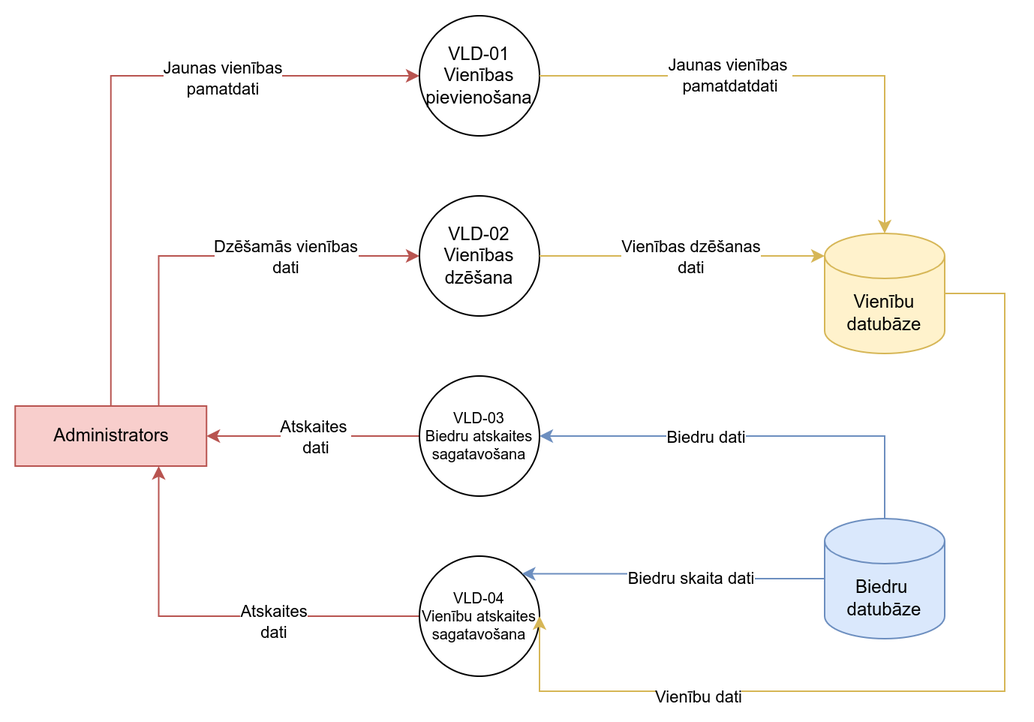
This is Documentation/2_limena_VLD_DPD.png from JekabsVanags/LSGCO_IS, a draw.io export, as it was before one commit. Source tidied: cells renumbered, new cells last; positions are measured from the earlier drawing's top-left corner, leaving out a move shared by most shapes.
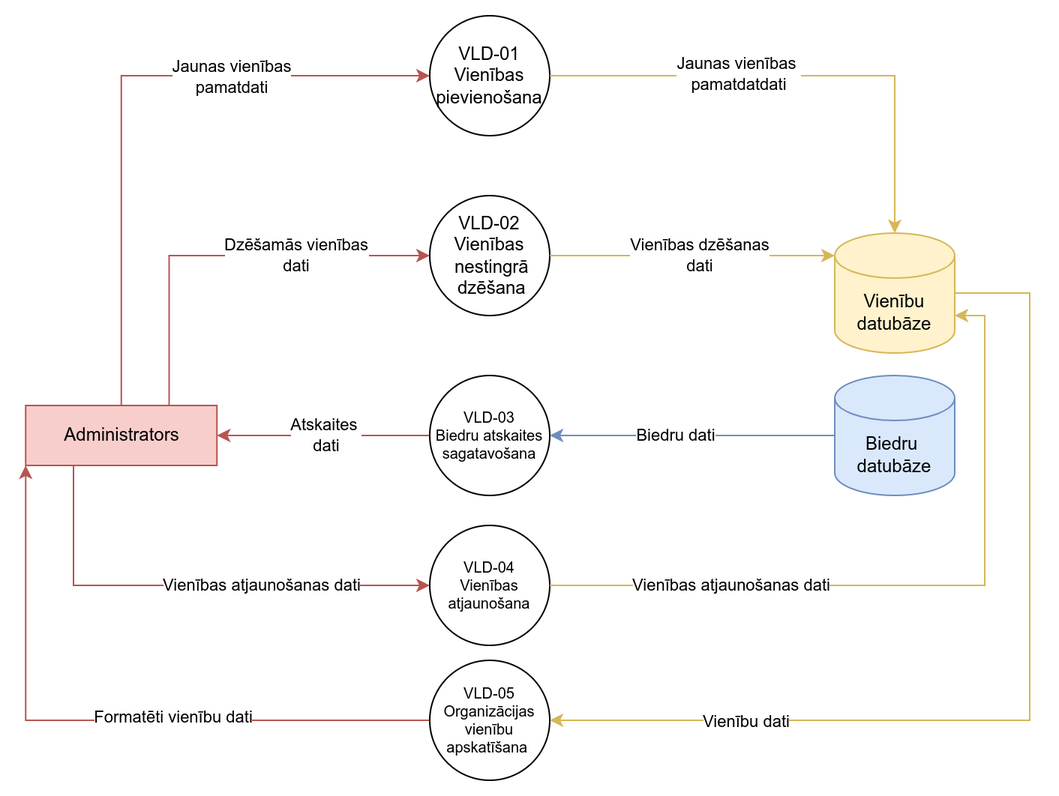
Above is the later version.

The edit, as a diff of the source:
```diff
@@ -16,13 +16,19 @@
         <mxPoint x="28" y="1" as="offset" />
       </mxGeometry>
     </mxCell>
+    <mxCell id="27" style="edgeStyle=orthogonalEdgeStyle;rounded=0;jettySize=auto;html=1;exitX=0.25;exitY=1;exitDx=0;exitDy=0;entryX=0;entryY=0.5;entryDx=0;entryDy=0;fillColor=#f8cecc;strokeColor=#b85450;" parent="1" edge="1" source="6" target="30">
+      <mxGeometry relative="1" as="geometry" />
+    </mxCell>
+    <mxCell id="28" value="Vienības atjaunošanas dati" style="edgeLabel;html=1;align=center;verticalAlign=middle;" parent="27" vertex="1">
+      <mxGeometry x="0.3" relative="1" as="geometry" />
+    </mxCell>
     <mxCell id="6" value="Administrators" style="rounded=0;whiteSpace=wrap;html=1;fillColor=#f8cecc;strokeColor=#b85450;fontColor=#000000;" parent="1" vertex="1">
       <mxGeometry x="-0.4" y="260" width="127.5" height="40" as="geometry" />
     </mxCell>
     <mxCell id="7" value="VLD-01&lt;br&gt;Vienības pievienošana" style="ellipse;whiteSpace=wrap;html=1;" parent="1" vertex="1">
       <mxGeometry x="269" width="80" height="80" as="geometry" />
     </mxCell>
-    <mxCell id="8" value="VLD-02&lt;br&gt;Vienības dzēšana" style="ellipse;whiteSpace=wrap;html=1;" parent="1" vertex="1">
+    <mxCell id="8" value="VLD-02&lt;br&gt;Vienības&lt;br&gt;&amp;nbsp;nestingrā&lt;br&gt;&lt;span style=&quot;background-color: initial;&quot;&gt;&amp;nbsp;dzēšana&lt;/span&gt;" style="ellipse;whiteSpace=wrap;html=1;" parent="1" vertex="1">
       <mxGeometry x="269" y="120" width="80" height="80" as="geometry" />
     </mxCell>
     <mxCell id="9" style="edgeStyle=orthogonalEdgeStyle;rounded=0;jettySize=auto;html=1;exitX=0;exitY=0.5;exitDx=0;exitDy=0;entryX=1;entryY=0.5;entryDx=0;entryDy=0;fillColor=#f8cecc;strokeColor=#b85450;" parent="1" edge="1" source="11" target="6">
@@ -36,31 +42,21 @@
     <mxCell id="11" value="VLD-03&lt;br&gt;Biedru atskaites sagatavošana" style="ellipse;whiteSpace=wrap;html=1;fontSize=10;" parent="1" vertex="1">
       <mxGeometry x="269" y="240" width="80" height="80" as="geometry" />
     </mxCell>
-    <mxCell id="12" style="edgeStyle=orthogonalEdgeStyle;rounded=0;jettySize=auto;html=1;exitX=0;exitY=0.5;exitDx=0;exitDy=0;entryX=0.75;entryY=1;entryDx=0;entryDy=0;fillColor=#f8cecc;strokeColor=#b85450;" parent="1" edge="1" source="14" target="6">
-      <mxGeometry relative="1" as="geometry" />
-    </mxCell>
-    <mxCell id="13" value="Atskaites &lt;br&gt;dati" style="edgeLabel;html=1;align=center;verticalAlign=middle;" parent="12" vertex="1">
-      <mxGeometry x="-0.28" y="3" relative="1" as="geometry" />
-    </mxCell>
-    <mxCell id="14" value="VLD-04&lt;br&gt;Vienību atskaites sagatavošana" style="ellipse;whiteSpace=wrap;html=1;fontSize=10;" parent="1" vertex="1">
-      <mxGeometry x="269" y="360" width="80" height="80" as="geometry" />
-    </mxCell>
-    <mxCell id="15" style="edgeStyle=orthogonalEdgeStyle;rounded=0;jettySize=auto;html=1;exitX=0;exitY=0.5;exitDx=0;exitDy=0;exitPerimeter=0;entryX=1;entryY=0.5;entryDx=0;entryDy=0;fillColor=#fff2cc;strokeColor=#d6b656;" parent="1" edge="1" source="17" target="14">
-      <mxGeometry relative="1" as="geometry">
-        <Array as="points">
-          <mxPoint x="659" y="185" />
-          <mxPoint x="659" y="450" />
-          <mxPoint x="349" y="450" />
-        </Array>
-      </mxGeometry>
-    </mxCell>
+    <mxCell id="29" style="edgeStyle=orthogonalEdgeStyle;rounded=0;jettySize=auto;html=1;exitX=1;exitY=0.5;exitDx=0;exitDy=0;exitPerimeter=0;entryX=1;entryY=0.5;entryDx=0;entryDy=0;fillColor=#fff2cc;strokeColor=#d6b656;" parent="1" edge="1" source="17" target="35">
+      <mxGeometry relative="1" as="geometry">
+        <Array as="points">
+          <mxPoint x="669" y="185" />
+          <mxPoint x="669" y="470" />
+        </Array>
+      </mxGeometry>
+    </mxCell>
-    <mxCell id="16" value="Vienību dati" style="edgeLabel;html=1;align=center;verticalAlign=middle;" parent="15" vertex="1">
-      <mxGeometry x="0.58" y="3" relative="1" as="geometry" />
+    <mxCell id="16" value="Vienību dati" style="edgeLabel;html=1;align=center;verticalAlign=middle;" parent="29" vertex="1">
+      <mxGeometry x="0.6" y="1" relative="1" as="geometry" />
     </mxCell>
     <mxCell id="17" value="Vienību datubāze" style="shape=cylinder3;whiteSpace=wrap;html=1;boundedLbl=1;backgroundOutline=1;size=15;fillColor=#fff2cc;strokeColor=#d6b656;fontColor=#000000;" parent="1" vertex="1">
       <mxGeometry x="539" y="145" width="80" height="80" as="geometry" />
     </mxCell>
-    <mxCell id="18" style="edgeStyle=orthogonalEdgeStyle;rounded=0;jettySize=auto;html=1;exitX=0.5;exitY=0;exitDx=0;exitDy=0;exitPerimeter=0;entryX=1;entryY=0.5;entryDx=0;entryDy=0;fillColor=#dae8fc;strokeColor=#6c8ebf;" parent="1" edge="1" source="22" target="11">
+    <mxCell id="18" style="edgeStyle=orthogonalEdgeStyle;rounded=0;jettySize=auto;html=1;exitX=0;exitY=0.5;exitDx=0;exitDy=0;exitPerimeter=0;entryX=1;entryY=0.5;entryDx=0;entryDy=0;fillColor=#dae8fc;strokeColor=#6c8ebf;" parent="1" edge="1" source="22" target="11">
       <mxGeometry relative="1" as="geometry" />
     </mxCell>
     <mxCell id="19" value="Biedru dati" style="edgeLabel;html=1;align=center;verticalAlign=middle;" parent="18" vertex="1">
@@ -68,16 +64,8 @@
         <mxPoint x="31" as="offset" />
       </mxGeometry>
     </mxCell>
-    <mxCell id="20" style="edgeStyle=orthogonalEdgeStyle;rounded=0;jettySize=auto;html=1;exitX=0;exitY=0.5;exitDx=0;exitDy=0;exitPerimeter=0;entryX=1;entryY=0;entryDx=0;entryDy=0;fillColor=#dae8fc;strokeColor=#6c8ebf;" parent="1" edge="1" source="22" target="14">
-      <mxGeometry relative="1" as="geometry" />
-    </mxCell>
-    <mxCell id="21" value="Biedru skaita dati" style="edgeLabel;html=1;align=center;verticalAlign=middle;" parent="20" vertex="1">
-      <mxGeometry x="0.26" y="4" relative="1" as="geometry">
-        <mxPoint x="36" y="-1" as="offset" />
-      </mxGeometry>
-    </mxCell>
     <mxCell id="22" value="Biedru&amp;nbsp;&lt;br&gt;datubāze" style="shape=cylinder3;whiteSpace=wrap;html=1;boundedLbl=1;backgroundOutline=1;size=15;fillColor=#dae8fc;strokeColor=#6c8ebf;fontColor=#000000;" parent="1" vertex="1">
-      <mxGeometry x="539" y="335" width="80" height="80" as="geometry" />
+      <mxGeometry x="539" y="240" width="80" height="80" as="geometry" />
     </mxCell>
     <mxCell id="23" style="edgeStyle=orthogonalEdgeStyle;rounded=0;jettySize=auto;html=1;exitX=1;exitY=0.5;exitDx=0;exitDy=0;entryX=0.5;entryY=0;entryDx=0;entryDy=0;entryPerimeter=0;fillColor=#fff2cc;strokeColor=#d6b656;" parent="1" edge="1" source="7" target="17">
       <mxGeometry relative="1" as="geometry" />
@@ -93,5 +81,29 @@
         <mxPoint x="28" y="-1" as="offset" />
       </mxGeometry>
     </mxCell>
+    <mxCell id="30" value="VLD-04&lt;br&gt;Vienības atjaunošana" style="ellipse;whiteSpace=wrap;html=1;fontSize=10;" parent="1" vertex="1">
+      <mxGeometry x="269" y="340" width="80" height="80" as="geometry" />
+    </mxCell>
+    <mxCell id="31" style="edgeStyle=orthogonalEdgeStyle;rounded=0;jettySize=auto;html=1;exitX=1;exitY=0.5;exitDx=0;exitDy=0;fillColor=#fff2cc;strokeColor=#d6b656;" parent="1" edge="1" source="30">
+      <mxGeometry relative="1" as="geometry">
+        <mxPoint x="619" y="200" as="targetPoint" />
+        <Array as="points">
+          <mxPoint x="639" y="380" />
+          <mxPoint x="639" y="200" />
+        </Array>
+      </mxGeometry>
+    </mxCell>
+    <mxCell id="32" value="Vienības atjaunošanas dati" style="edgeLabel;html=1;align=center;verticalAlign=middle;" parent="31" vertex="1">
+      <mxGeometry x="-0.51" relative="1" as="geometry" />
+    </mxCell>
+    <mxCell id="33" style="edgeStyle=orthogonalEdgeStyle;rounded=0;jettySize=auto;html=1;exitX=0;exitY=0.5;exitDx=0;exitDy=0;entryX=0;entryY=1;entryDx=0;entryDy=0;fillColor=#f8cecc;strokeColor=#b85450;" parent="1" edge="1" source="35" target="6">
+      <mxGeometry relative="1" as="geometry" />
+    </mxCell>
+    <mxCell id="34" value="Formatēti vienību dati" style="edgeLabel;html=1;align=center;verticalAlign=middle;" parent="33" vertex="1">
+      <mxGeometry x="-0.22" y="-2" relative="1" as="geometry" />
+    </mxCell>
+    <mxCell id="35" value="VLD-05&lt;br&gt;Organizācijas vienību apskatīšana&amp;nbsp;" style="ellipse;whiteSpace=wrap;html=1;fontSize=10;" parent="1" vertex="1">
+      <mxGeometry x="269" y="430" width="80" height="80" as="geometry" />
+    </mxCell>
   </root>
 </mxGraphModel>
```
